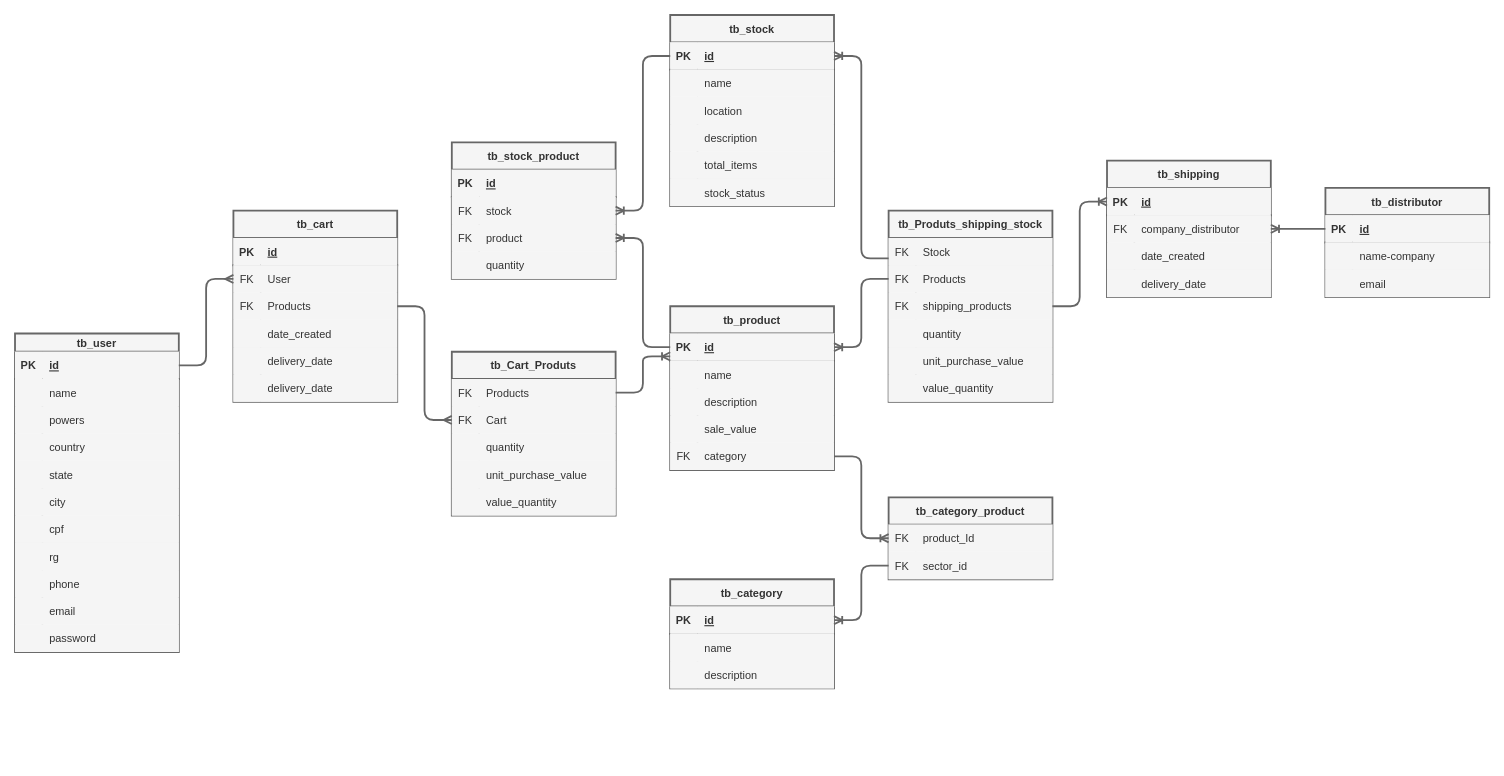
The draw.io diagram page "RelacionamentoBancoDeDados" (1 of 2) of doc/Diagramas.drawio in ulisses953/GerenciadorEstoqueBackEnd, before the edit. Source tidied: cells renumbered, new cells numbered last; positions are measured from the earlier drawing's top-left corner, leaving out a move shared by most shapes. Both pictures are drawn from the tidied source at 91%, with x=0, y=0 at pixel (15, 15).
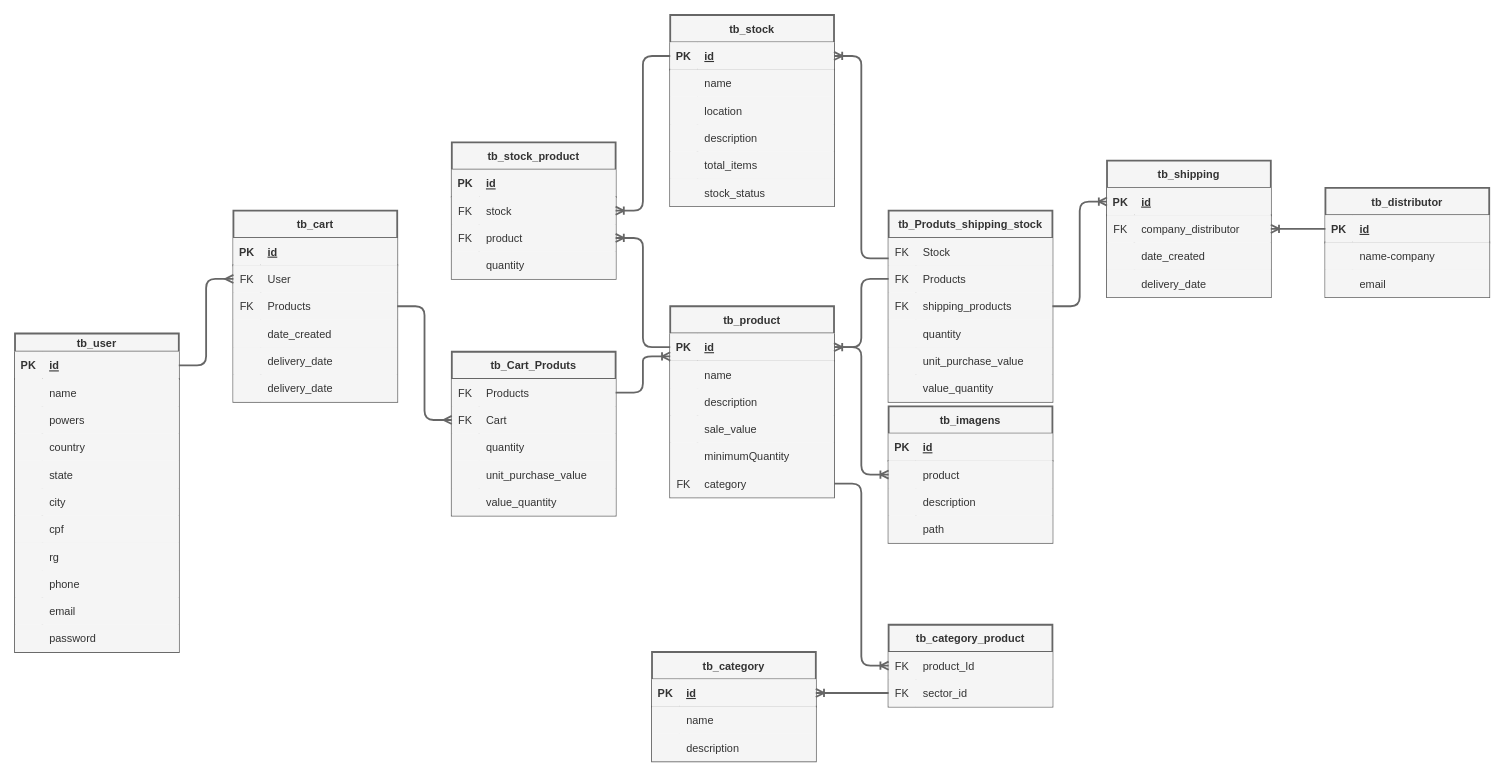
The same diagram, later.

The change refers to these unchanged cells:
```xml
<mxCell id="3" style="shape=tableRow;horizontal=0;startSize=0;swimlaneHead=0;swimlaneBody=0;fillColor=#f5f5f5;points=[[0,0.5],[1,0.5]];portConstraint=eastwest;top=0;left=0;right=0;bottom=1;strokeWidth=2;labelBackgroundColor=none;fontSize=12;labelBorderColor=none;fontColor=#333333;strokeColor=#666666;" parent="2" vertex="1">
  <mxGeometry y="30" width="180" height="30" as="geometry" />
</mxCell>
```

The edit, as a diff of the source:
```diff
@@
     <mxCell id="2" value="tb_product" style="shape=table;startSize=30;childLayout=tableLayout;rowLines=0;fontStyle=1;align=center;strokeWidth=2;labelBackgroundColor=none;fontSize=12;labelBorderColor=none;fillColor=#f5f5f5;fontColor=#333333;strokeColor=#666666;" parent="1" vertex="1">
-      <mxGeometry x="720" y="320" width="180" height="180" as="geometry" />
+      <mxGeometry x="720" y="320" width="180" height="210" as="geometry" />
     </mxCell>
@@
+    <mxCell id="189" style="shape=tableRow;horizontal=0;startSize=0;swimlaneHead=0;swimlaneBody=0;fillColor=#f5f5f5;top=0;left=0;right=0;bottom=0;strokeWidth=2;labelBackgroundColor=none;fontSize=12;labelBorderColor=none;fontColor=#333333;strokeColor=#666666;" parent="2" vertex="1">
+      <mxGeometry y="150" width="180" height="30" as="geometry" />
+    </mxCell>
+    <mxCell id="190" style="shape=partialRectangle;fillColor=#f5f5f5;top=0;left=0;bottom=0;right=0;overflow=hidden;strokeWidth=2;labelBackgroundColor=none;fontSize=12;labelBorderColor=none;fontColor=#333333;strokeColor=#666666;" parent="189" vertex="1">
+      <mxGeometry width="30" height="30" as="geometry" />
+    </mxCell>
+    <mxCell id="191" value="minimumQuantity" style="shape=partialRectangle;fillColor=#f5f5f5;top=0;left=0;bottom=0;right=0;align=left;spacingLeft=6;overflow=hidden;strokeWidth=2;labelBackgroundColor=none;fontSize=12;labelBorderColor=none;fontColor=#333333;strokeColor=#666666;" parent="189" vertex="1">
+      <mxGeometry x="30" width="150" height="30" as="geometry" />
+    </mxCell>
     <mxCell id="15" style="shape=tableRow;horizontal=0;startSize=0;swimlaneHead=0;swimlaneBody=0;fillColor=#f5f5f5;points=[[0,0.5],[1,0.5]];portConstraint=eastwest;top=0;left=0;right=0;bottom=0;strokeWidth=2;labelBackgroundColor=none;fontSize=12;labelBorderColor=none;fontColor=#333333;strokeColor=#666666;" parent="2" vertex="1">
-      <mxGeometry y="150" width="180" height="30" as="geometry" />
+      <mxGeometry y="180" width="180" height="30" as="geometry" />
     </mxCell>
@@
     <mxCell id="18" value="tb_category_product" style="shape=table;startSize=30;childLayout=tableLayout;rowLines=0;fontStyle=1;align=center;strokeWidth=2;labelBackgroundColor=none;fontSize=12;labelBorderColor=none;fillColor=#f5f5f5;fontColor=#333333;strokeColor=#666666;" parent="1" vertex="1">
-      <mxGeometry x="960" y="530" width="180" height="90" as="geometry" />
+      <mxGeometry x="960" y="670" width="180" height="90" as="geometry" />
     </mxCell>
@@
     <mxCell id="26" value="tb_category" style="shape=table;startSize=30;childLayout=tableLayout;rowLines=0;fontStyle=1;align=center;strokeWidth=2;labelBackgroundColor=none;fontSize=12;labelBorderColor=none;fillColor=#f5f5f5;fontColor=#333333;strokeColor=#666666;" parent="1" vertex="1">
-      <mxGeometry x="720" y="620" width="180" height="120" as="geometry" />
+      <mxGeometry x="700" y="700" width="180" height="120" as="geometry" />
     </mxCell>
@@
+    <mxCell id="192" value="tb_imagens" style="shape=table;startSize=30;childLayout=tableLayout;rowLines=0;fontStyle=1;align=center;strokeWidth=2;labelBackgroundColor=none;fontSize=12;labelBorderColor=none;fillColor=#f5f5f5;fontColor=#333333;strokeColor=#666666;" parent="1" vertex="1">
+      <mxGeometry x="960" y="430" width="180" height="150" as="geometry" />
+    </mxCell>
+    <mxCell id="193" style="shape=tableRow;horizontal=0;startSize=0;swimlaneHead=0;swimlaneBody=0;fillColor=#f5f5f5;top=0;left=0;right=0;bottom=1;strokeWidth=2;labelBackgroundColor=none;fontSize=12;labelBorderColor=none;fontColor=#333333;strokeColor=#666666;" parent="192" vertex="1">
+      <mxGeometry y="30" width="180" height="30" as="geometry" />
+    </mxCell>
+    <mxCell id="194" value="PK" style="shape=partialRectangle;fillColor=#f5f5f5;top=0;left=0;bottom=0;right=0;fontStyle=1;overflow=hidden;strokeWidth=2;labelBackgroundColor=none;fontSize=12;labelBorderColor=none;fontColor=#333333;strokeColor=#666666;" parent="193" vertex="1">
+      <mxGeometry width="30" height="30" as="geometry" />
+    </mxCell>
+    <mxCell id="195" value="id" style="shape=partialRectangle;fillColor=#f5f5f5;top=0;left=0;bottom=0;right=0;align=left;spacingLeft=6;fontStyle=5;overflow=hidden;strokeWidth=2;labelBackgroundColor=none;fontSize=12;labelBorderColor=none;fontColor=#333333;strokeColor=#666666;" parent="193" vertex="1">
+      <mxGeometry x="30" width="150" height="30" as="geometry" />
+    </mxCell>
+    <mxCell id="196" style="shape=tableRow;horizontal=0;startSize=0;swimlaneHead=0;swimlaneBody=0;fillColor=#f5f5f5;top=0;left=0;right=0;bottom=0;strokeWidth=2;labelBackgroundColor=none;fontSize=12;labelBorderColor=none;fontColor=#333333;strokeColor=#666666;" parent="192" vertex="1">
+      <mxGeometry y="60" width="180" height="30" as="geometry" />
+    </mxCell>
+    <mxCell id="197" style="shape=partialRectangle;fillColor=#f5f5f5;top=0;left=0;bottom=0;right=0;overflow=hidden;strokeWidth=2;labelBackgroundColor=none;fontSize=12;labelBorderColor=none;fontColor=#333333;strokeColor=#666666;" parent="196" vertex="1">
+      <mxGeometry width="30" height="30" as="geometry" />
+    </mxCell>
+    <mxCell id="198" value="product" style="shape=partialRectangle;fillColor=#f5f5f5;top=0;left=0;bottom=0;right=0;align=left;spacingLeft=6;overflow=hidden;strokeWidth=2;labelBackgroundColor=none;fontSize=12;labelBorderColor=none;fontColor=#333333;strokeColor=#666666;" parent="196" vertex="1">
+      <mxGeometry x="30" width="150" height="30" as="geometry" />
+    </mxCell>
+    <mxCell id="199" style="shape=tableRow;horizontal=0;startSize=0;swimlaneHead=0;swimlaneBody=0;fillColor=#f5f5f5;top=0;left=0;right=0;bottom=0;strokeWidth=2;labelBackgroundColor=none;fontSize=12;labelBorderColor=none;fontColor=#333333;strokeColor=#666666;" parent="192" vertex="1">
+      <mxGeometry y="90" width="180" height="30" as="geometry" />
+    </mxCell>
+    <mxCell id="200" style="shape=partialRectangle;fillColor=#f5f5f5;top=0;left=0;bottom=0;right=0;overflow=hidden;strokeWidth=2;labelBackgroundColor=none;fontSize=12;labelBorderColor=none;fontColor=#333333;strokeColor=#666666;" parent="199" vertex="1">
+      <mxGeometry width="30" height="30" as="geometry" />
+    </mxCell>
+    <mxCell id="201" value="description" style="shape=partialRectangle;fillColor=#f5f5f5;top=0;left=0;bottom=0;right=0;align=left;spacingLeft=6;overflow=hidden;strokeWidth=2;labelBackgroundColor=none;fontSize=12;labelBorderColor=none;fontColor=#333333;strokeColor=#666666;" parent="199" vertex="1">
+      <mxGeometry x="30" width="150" height="30" as="geometry" />
+    </mxCell>
+    <mxCell id="202" style="shape=tableRow;horizontal=0;startSize=0;swimlaneHead=0;swimlaneBody=0;fillColor=#f5f5f5;top=0;left=0;right=0;bottom=0;strokeWidth=2;labelBackgroundColor=none;fontSize=12;labelBorderColor=none;fontColor=#333333;strokeColor=#666666;" parent="192" vertex="1">
+      <mxGeometry y="120" width="180" height="30" as="geometry" />
+    </mxCell>
+    <mxCell id="203" style="shape=partialRectangle;fillColor=#f5f5f5;top=0;left=0;bottom=0;right=0;overflow=hidden;strokeWidth=2;labelBackgroundColor=none;fontSize=12;labelBorderColor=none;fontColor=#333333;strokeColor=#666666;" parent="202" vertex="1">
+      <mxGeometry width="30" height="30" as="geometry" />
+    </mxCell>
+    <mxCell id="204" value="path" style="shape=partialRectangle;fillColor=#f5f5f5;top=0;left=0;bottom=0;right=0;align=left;spacingLeft=6;overflow=hidden;strokeWidth=2;labelBackgroundColor=none;fontSize=12;labelBorderColor=none;fontColor=#333333;strokeColor=#666666;" parent="202" vertex="1">
+      <mxGeometry x="30" width="150" height="30" as="geometry" />
+    </mxCell>
+    <mxCell id="205" style="edgeStyle=entityRelationEdgeStyle;fontSize=12;html=1;endArrow=ERoneToMany;entryX=0;entryY=0.5;entryDx=0;entryDy=0;strokeColor=#666666;strokeWidth=2;" parent="1" edge="1" source="3" target="192">
+      <mxGeometry relative="1" as="geometry" />
+    </mxCell>
```
